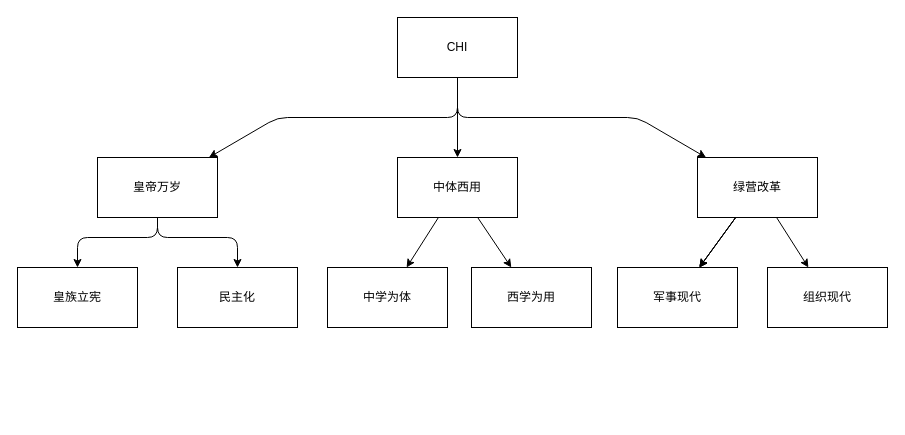
HCPTangHY/Victoria3mod-MJEE keeps this draw.io diagram as trees.drawio. Above is the earlier version. Source tidied: cells renumbered, new cells numbered last; positions are measured from the earlier drawing's top-left corner, leaving out a move shared by most shapes. Both pictures are drawn from the tidied source at 100%, with x=0, y=0 at pixel (17, 17).
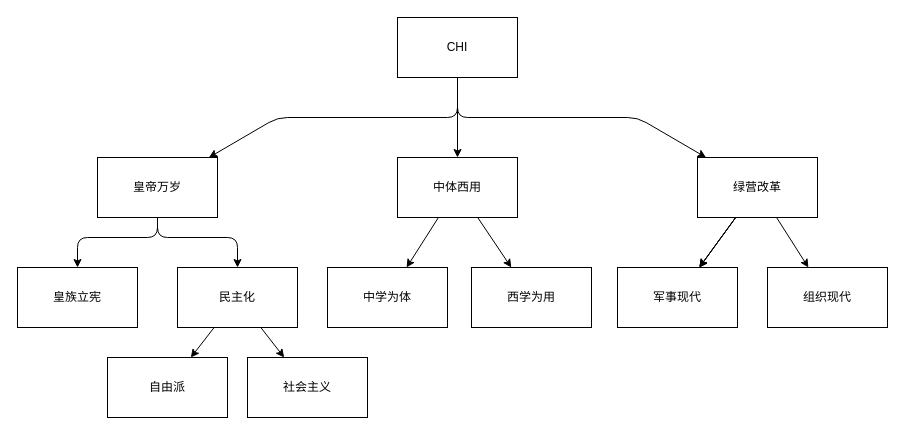
The same diagram, later.

Unchanged cells that the change refers to:
```xml
<mxCell id="18" value="民主化" style="whiteSpace=wrap;html=1;rounded=0;" parent="1" vertex="1">
  <mxGeometry x="160" y="250" width="120" height="60" as="geometry" />
</mxCell>
```

Diff of the diagram source:
```diff
@@
+    <mxCell id="23" style="edgeStyle=none;html=1;" parent="1" edge="1" source="18" target="25">
+      <mxGeometry relative="1" as="geometry" />
+    </mxCell>
+    <mxCell id="24" style="edgeStyle=none;html=1;" parent="1" edge="1" source="18" target="26">
+      <mxGeometry relative="1" as="geometry" />
+    </mxCell>
@@
+    <mxCell id="25" value="自由派" style="whiteSpace=wrap;html=1;rounded=0;" parent="1" vertex="1">
+      <mxGeometry x="90" y="340" width="120" height="60" as="geometry" />
+    </mxCell>
+    <mxCell id="26" value="社会主义" style="whiteSpace=wrap;html=1;rounded=0;" parent="1" vertex="1">
+      <mxGeometry x="230" y="340" width="120" height="60" as="geometry" />
+    </mxCell>
```
